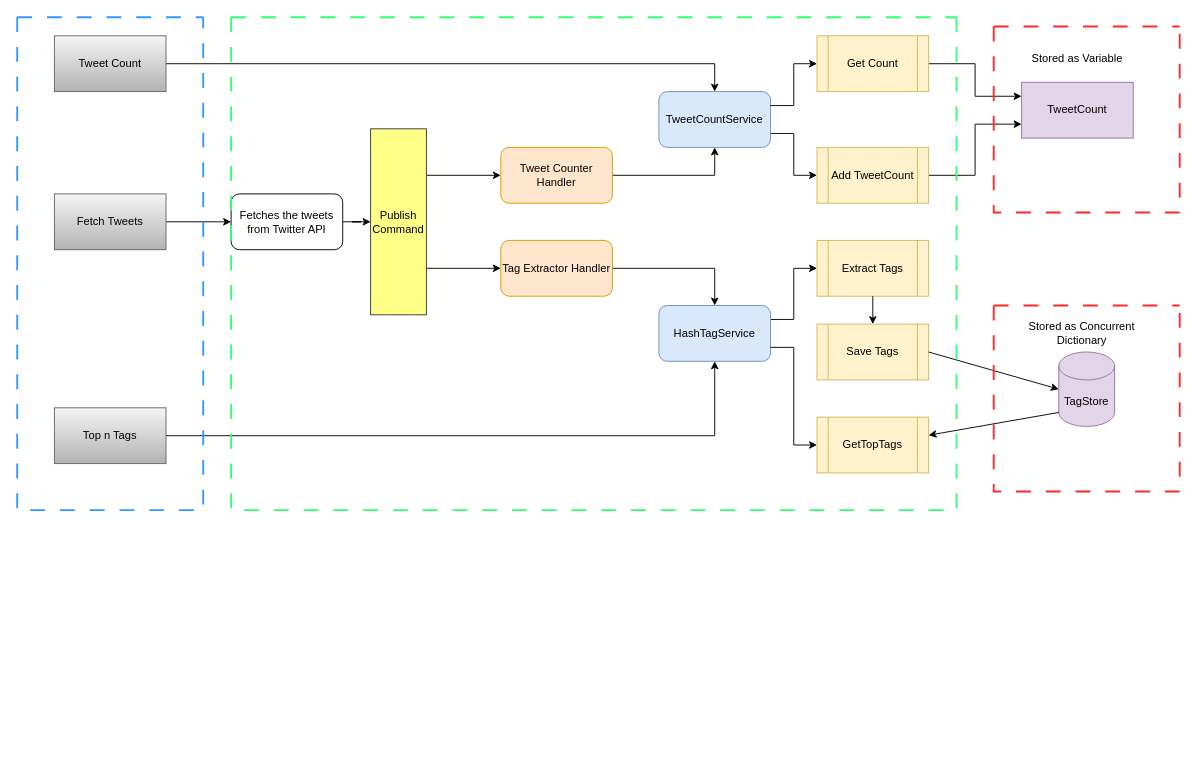
Earlier version of the draw.io diagram page "Page - 1" (1 of 3) of ArchitecturalDiagram.drawio (tarangpandya/Twitter-Sentiments). Source tidied: cells renumbered, new cells numbered last; positions are measured from the earlier drawing's top-left corner, leaving out a move shared by most shapes. Both pictures are drawn from the tidied source at 93%, with x=0, y=0 at pixel (17, 17).
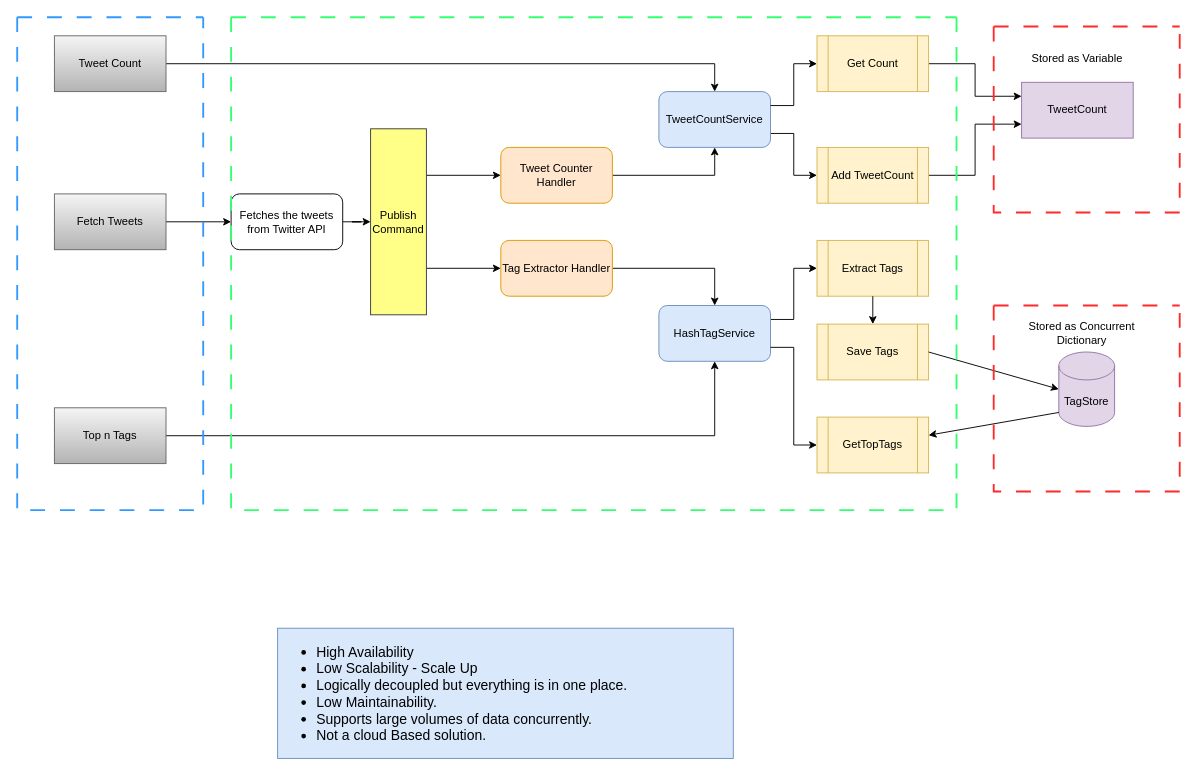
The same page after the edit.

Commit message (it also covers changes not shown here):
Added third approach for 100% cloud based solution.

What changed in the source:
```diff
@@
+    <mxCell id="41" value="&lt;ul style=&quot;font-size: 15px;&quot;&gt;&lt;li&gt;High Availability&lt;/li&gt;&lt;li&gt;Low Scalability - Scale Up&lt;/li&gt;&lt;li&gt;Logically decoupled but everything is in one place.&lt;/li&gt;&lt;li&gt;Low Maintainability.&lt;/li&gt;&lt;li&gt;Supports large volumes of data concurrently.&lt;/li&gt;&lt;li&gt;Not a cloud Based solution.&lt;/li&gt;&lt;/ul&gt;" style="text;html=1;strokeColor=#6c8ebf;fillColor=#dae8fc;align=left;verticalAlign=middle;whiteSpace=wrap;rounded=0;" parent="1" vertex="1">
+      <mxGeometry x="280" y="657" width="490" height="140" as="geometry" />
+    </mxCell>
```
